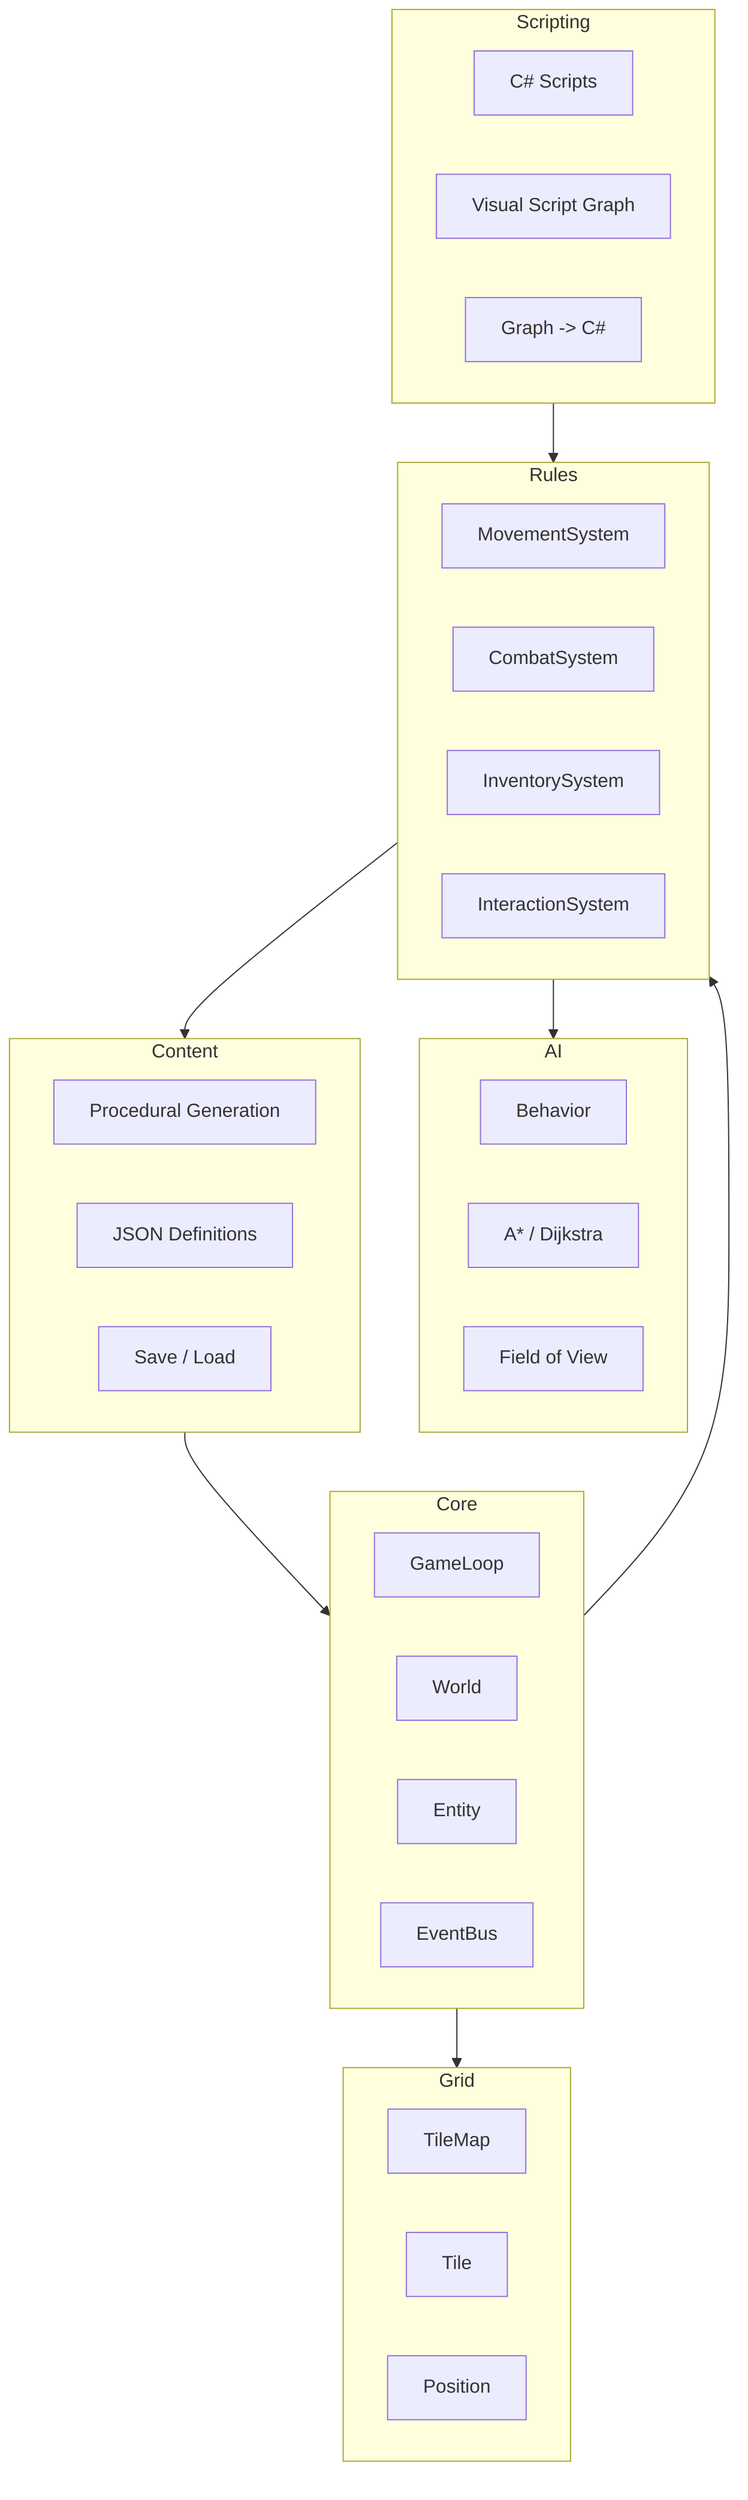
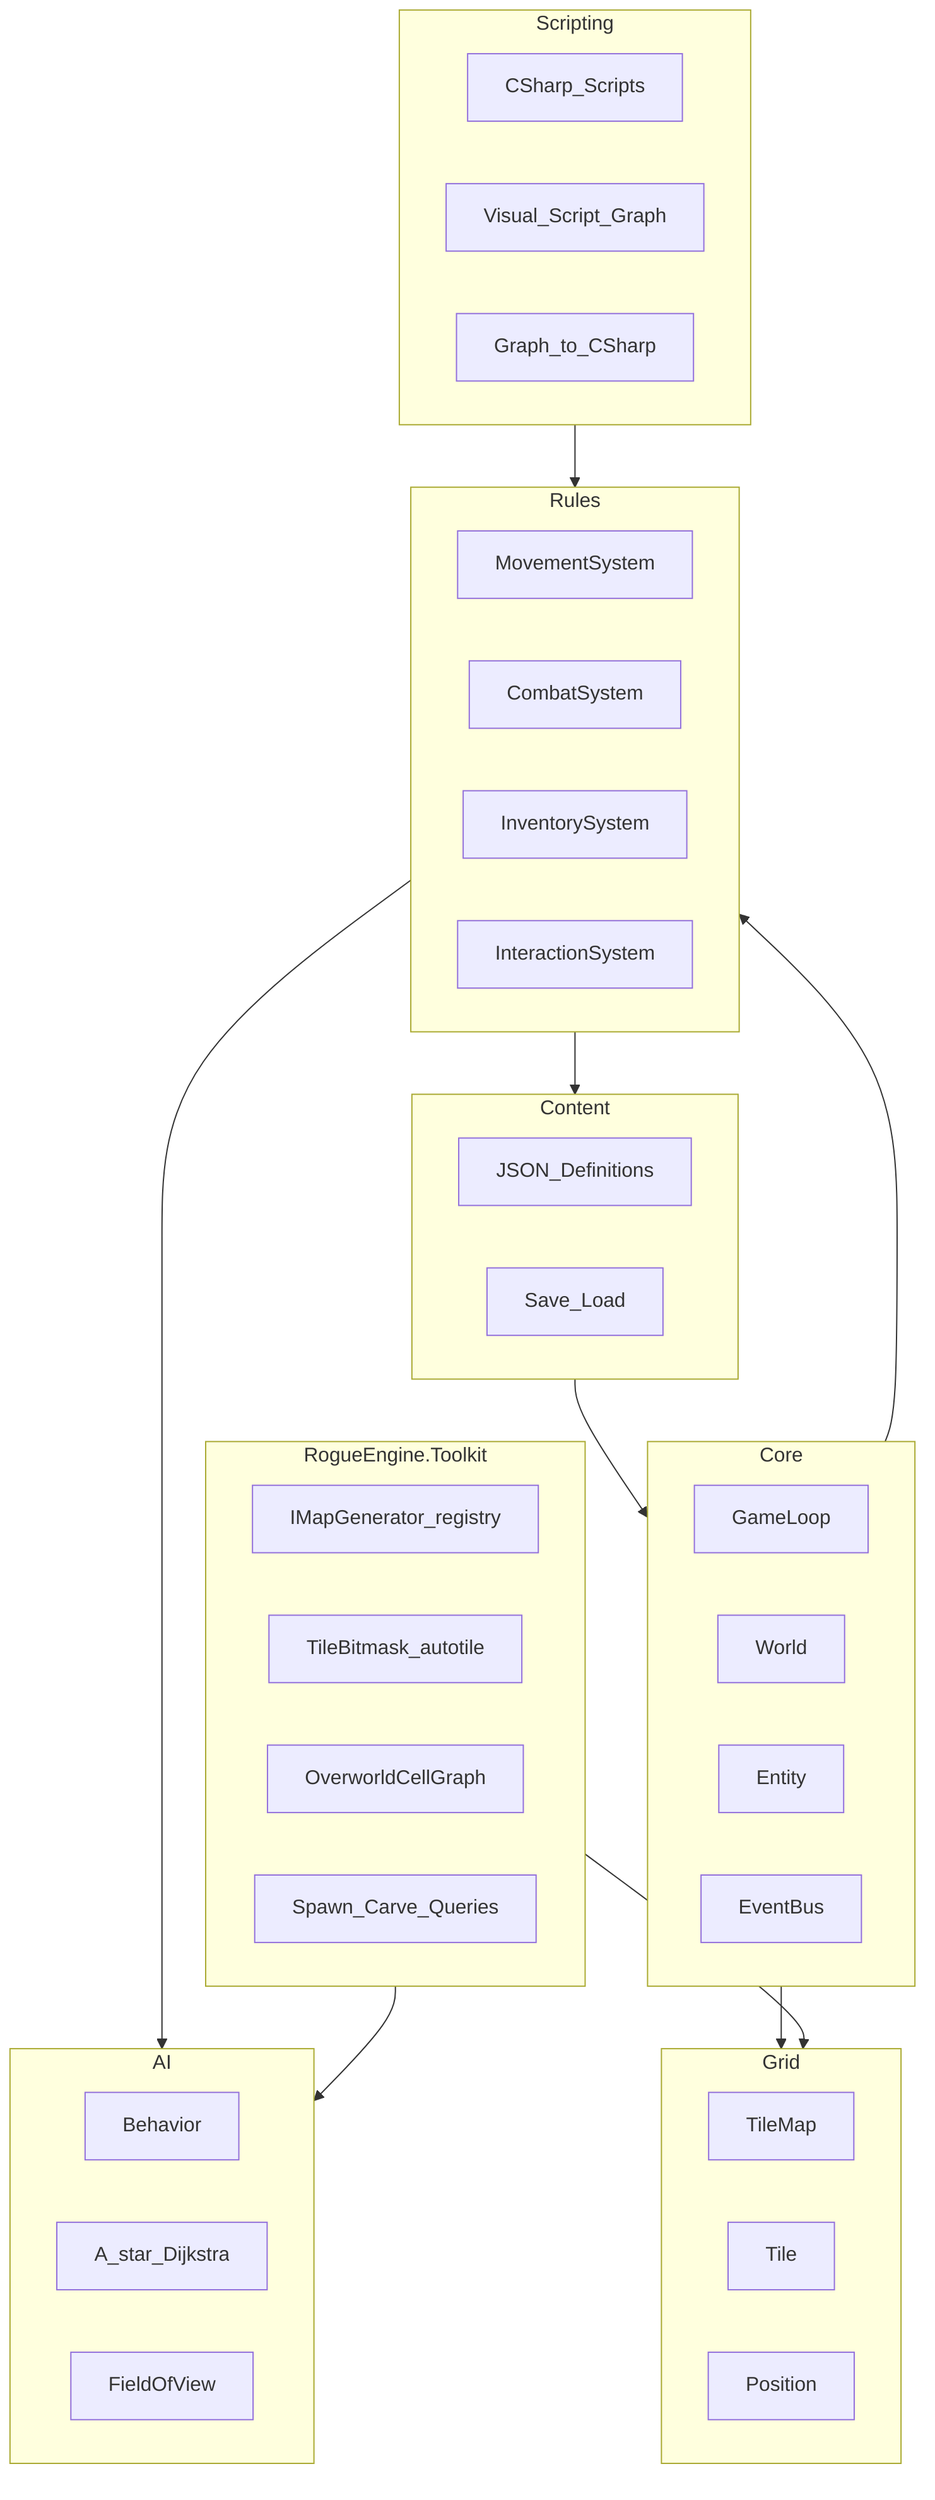
flowchart TB
    subgraph Core[Core]
        GameLoop[GameLoop]
        World[World]
        Entity[Entity]
        Events[EventBus]
    end
    subgraph Grid[Grid]
        TileMap[TileMap]
        Tile[Tile]
        Position[Position]
    end
    subgraph Rules[Rules]
        Movement[MovementSystem]
        Combat[CombatSystem]
        Inventory[InventorySystem]
        Interaction[InteractionSystem]
    end
    subgraph AI[AI]
        Behavior[Behavior]
-         Pathfinding[A* / Dijkstra]
-         FOV[Field of View]
+         Pathfinding[A_star_Dijkstra]
+         FOV[FieldOfView]
+     end
+     subgraph Toolkit[RogueEngine.Toolkit]
+         ProcGen[IMapGenerator_registry]
+         Bitmask[TileBitmask_autotile]
+         Overworld[OverworldCellGraph]
+         Helpers[Spawn_Carve_Queries]
    end
    subgraph Content[Content]
-         ProcGen[Procedural Generation]
-         Data[JSON Definitions]
-         Save[Save / Load]
+         Data[JSON_Definitions]
+         Save[Save_Load]
    end
    subgraph Scripting[Scripting]
-         Roslyn[C# Scripts]
-         Visual[Visual Script Graph]
-         Compiler[Graph -> C#]
+         Roslyn[CSharp_Scripts]
+         Visual[Visual_Script_Graph]
+         Compiler[Graph_to_CSharp]
    end
    Core --> Grid
    Core --> Rules
    Rules --> AI
    Rules --> Content
+     Toolkit --> Grid
+     Toolkit --> AI
    Scripting --> Rules
    Content --> Core
